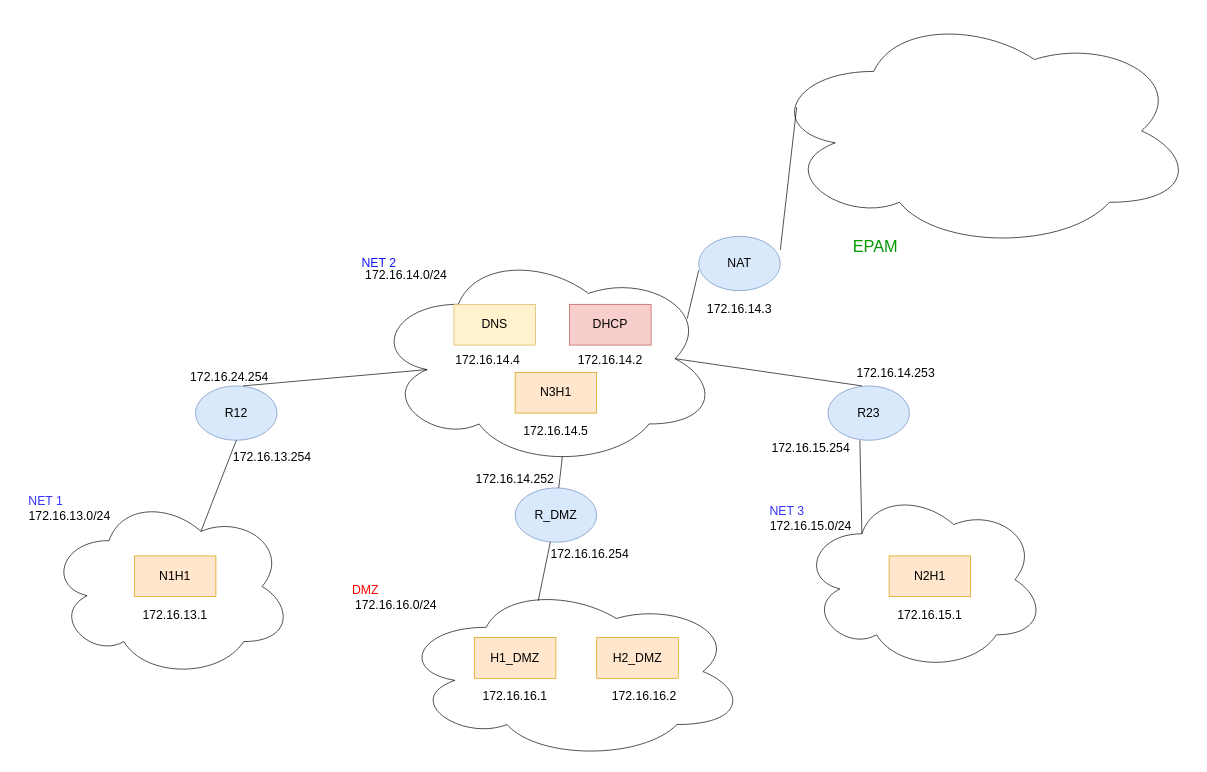
Above: page "Page-1" (1 of 2) of Vagrant_and_Network/Network_Task_5/NET_diagram.drawio in RuslanSerdiuk/DevOps_Tasks_and_solutions (draw.io), before the change. Source tidied: cells renumbered, new cells numbered last; positions are measured from the earlier drawing's top-left corner, leaving out a move shared by most shapes. Both pictures are drawn from the tidied source at 68%, with x=0, y=0 at pixel (12, 12).
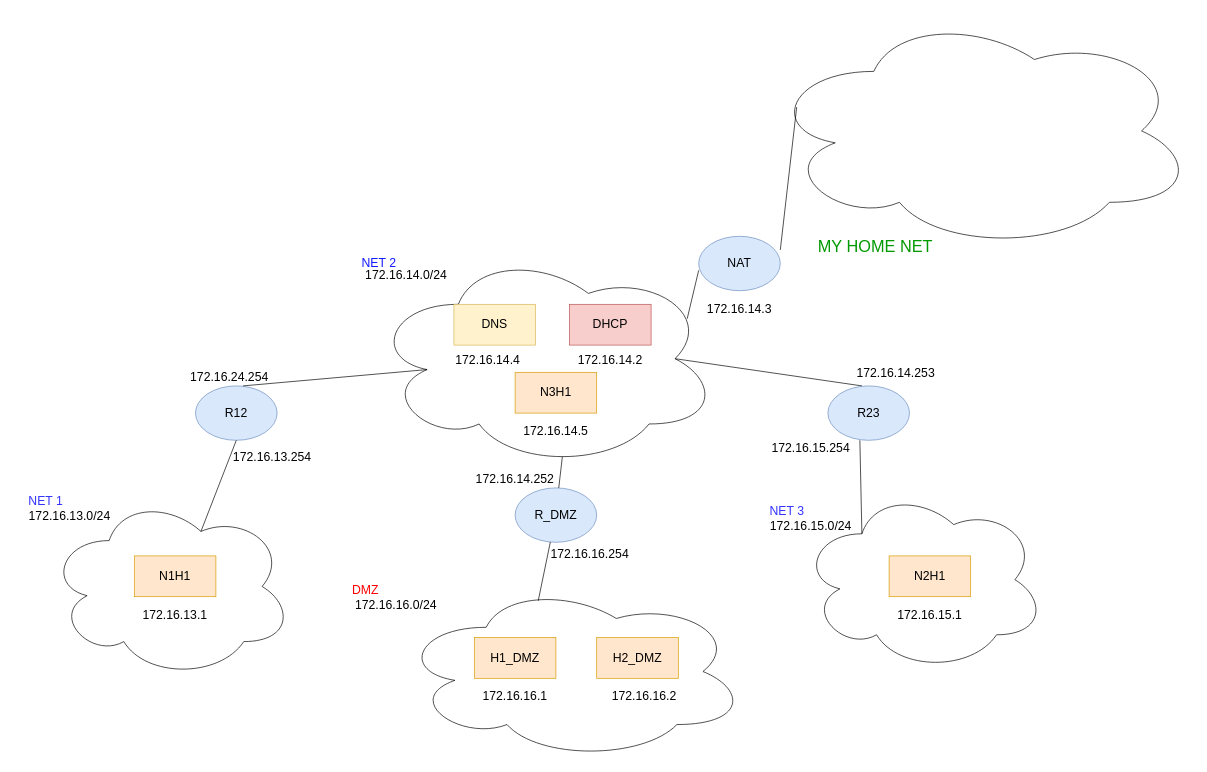
The same diagram, later.

Diff of the diagram source:
```diff
@@
-    <mxCell id="30" value="&lt;font style=&quot;font-size: 24px&quot;&gt;EPAM&lt;/font&gt;" style="text;html=1;strokeColor=none;fillColor=none;align=center;verticalAlign=middle;whiteSpace=wrap;rounded=0;fontSize=18;fontColor=#009900;" parent="1" vertex="1">
+    <mxCell id="30" value="&lt;font style=&quot;font-size: 24px&quot;&gt;MY HOME NET&lt;/font&gt;" style="text;html=1;strokeColor=none;fillColor=none;align=center;verticalAlign=middle;whiteSpace=wrap;rounded=0;fontSize=18;fontColor=#009900;" parent="1" vertex="1">
       <mxGeometry x="1150" y="270" width="240" height="150" as="geometry" />
     </mxCell>
```
